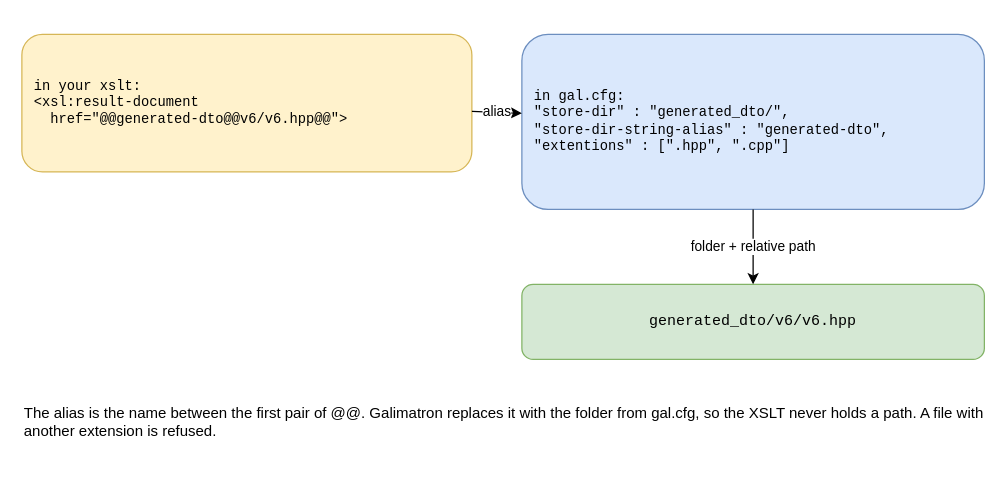
Earlier version of the draw.io diagram drawio/18_alias.drawio (goloveshin/galimatron_doc). Source tidied: cells renumbered, new cells numbered last; positions are measured from the earlier drawing's top-left corner, leaving out a move shared by most shapes. Both pictures are drawn from the tidied source at 125%, with x=0, y=0 at pixel (21, 34).
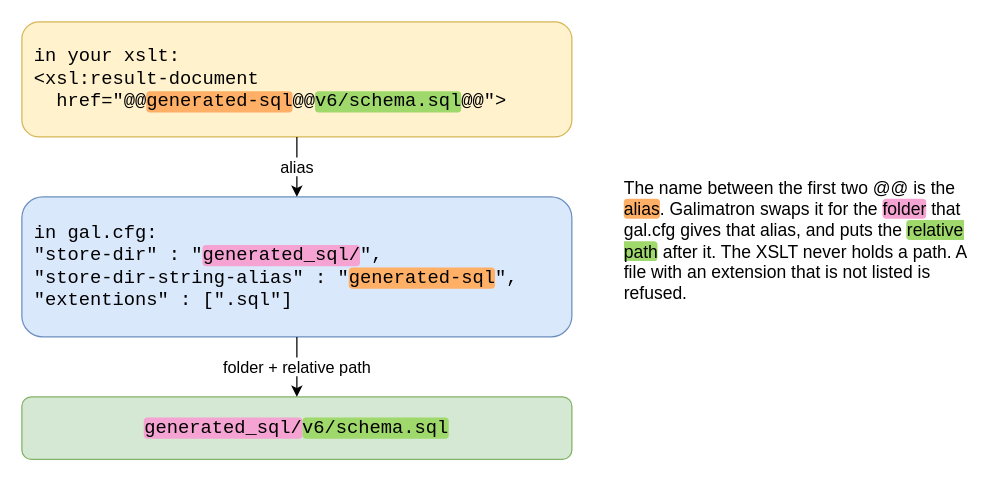
The same page after the edit.

What changed in the source:
```diff
@@
 <mxGraphModel>
   <root>
     <mxCell id="0" />
     <mxCell id="1" parent="0" />
-    <mxCell id="2" value="in your xslt:&lt;br&gt;&amp;lt;xsl:result-document&lt;br&gt;&amp;nbsp;&amp;nbsp;href=&quot;@@generated-dto@@v6/v6.hpp@@&quot;&amp;gt;" style="rounded=1;whiteSpace=wrap;html=1;fillColor=#fff2cc;strokeColor=#d6b656;fontFamily=Courier New;fontSize=11;align=left;spacingLeft=8;spacingRight=8;" parent="1" vertex="1">
-      <mxGeometry width="360" height="110" as="geometry" />
+    <mxCell id="2" value="in your xslt:&lt;br&gt;&amp;lt;xsl:result-document&lt;br&gt;&amp;nbsp;&amp;nbsp;href=&quot;@@&lt;span style=&quot;background-color:#ffb066;border-radius:3px;&quot;&gt;generated-sql&lt;/span&gt;@@&lt;span style=&quot;background-color:#9fd96b;border-radius:3px;&quot;&gt;v6/schema.sql&lt;/span&gt;@@&quot;&amp;gt;" style="rounded=1;whiteSpace=wrap;html=1;fillColor=#fff2cc;strokeColor=#d6b656;fontFamily=Courier New;fontSize=15;align=left;spacingLeft=8;spacingRight=8;" parent="1" vertex="1">
+      <mxGeometry y="-10" width="440" height="92" as="geometry" />
     </mxCell>
-    <mxCell id="3" value="in gal.cfg:&lt;br&gt;&quot;store-dir&quot; : &quot;generated_dto/&quot;,&lt;br&gt;&quot;store-dir-string-alias&quot; : &quot;generated-dto&quot;,&lt;br&gt;&quot;extentions&quot; : [&quot;.hpp&quot;, &quot;.cpp&quot;]" style="rounded=1;whiteSpace=wrap;html=1;fillColor=#dae8fc;strokeColor=#6c8ebf;fontFamily=Courier New;fontSize=11;align=left;spacingLeft=8;spacingRight=8;" parent="1" vertex="1">
-      <mxGeometry x="400" width="370" height="140" as="geometry" />
+    <mxCell id="3" value="in gal.cfg:&lt;br&gt;&quot;store-dir&quot; : &quot;&lt;span style=&quot;background-color:#f5a3d2;border-radius:3px;&quot;&gt;generated_sql/&lt;/span&gt;&quot;,&lt;br&gt;&quot;store-dir-string-alias&quot; : &quot;&lt;span style=&quot;background-color:#ffb066;border-radius:3px;&quot;&gt;generated-sql&lt;/span&gt;&quot;,&lt;br&gt;&quot;extentions&quot; : [&quot;.sql&quot;]" style="rounded=1;whiteSpace=wrap;html=1;fillColor=#dae8fc;strokeColor=#6c8ebf;fontFamily=Courier New;fontSize=15;align=left;spacingLeft=8;spacingRight=8;" parent="1" vertex="1">
+      <mxGeometry y="130" width="440" height="112" as="geometry" />
     </mxCell>
-    <mxCell id="4" value="generated_dto/v6/v6.hpp" style="rounded=1;whiteSpace=wrap;html=1;fillColor=#d5e8d4;strokeColor=#82b366;fontFamily=Courier New;" parent="1" vertex="1">
-      <mxGeometry x="400" y="200" width="370" height="60" as="geometry" />
+    <mxCell id="4" value="&lt;span style=&quot;background-color:#f5a3d2;border-radius:3px;&quot;&gt;generated_sql/&lt;/span&gt;&lt;span style=&quot;background-color:#9fd96b;border-radius:3px;&quot;&gt;v6/schema.sql&lt;/span&gt;" style="rounded=1;whiteSpace=wrap;html=1;fillColor=#d5e8d4;strokeColor=#82b366;fontFamily=Courier New;fontSize=15;" parent="1" vertex="1">
+      <mxGeometry y="290" width="440" height="50" as="geometry" />
     </mxCell>
-    <mxCell id="5" value="alias" style="endArrow=classic;html=1;labelBackgroundColor=#ffffff;edgeStyle=none;" parent="1" edge="1" source="2" target="3">
+    <mxCell id="5" value="alias" style="endArrow=classic;html=1;labelBackgroundColor=#ffffff;edgeStyle=none;fontSize=13;" parent="1" edge="1" source="2" target="3">
       <mxGeometry relative="1" as="geometry" />
     </mxCell>
-    <mxCell id="6" value="folder + relative path" style="endArrow=classic;html=1;labelBackgroundColor=#ffffff;edgeStyle=none;" parent="1" edge="1" source="3" target="4">
+    <mxCell id="6" value="folder + relative path" style="endArrow=classic;html=1;labelBackgroundColor=#ffffff;edgeStyle=none;fontSize=13;" parent="1" edge="1" source="3" target="4">
       <mxGeometry relative="1" as="geometry" />
     </mxCell>
-    <mxCell id="7" value="The alias is the name between the first pair of @@. Galimatron replaces it with the folder from gal.cfg, so the XSLT never holds a path. A file with another extension is refused." style="text;html=1;whiteSpace=wrap;verticalAlign=middle;align=left;" parent="1" vertex="1">
-      <mxGeometry y="280" width="770" height="60" as="geometry" />
+    <mxCell id="7" value="The name between the first two @@ is the &lt;span style=&quot;background-color:#ffb066;border-radius:3px;&quot;&gt;alias&lt;/span&gt;. Galimatron swaps it for the &lt;span style=&quot;background-color:#f5a3d2;border-radius:3px;&quot;&gt;folder&lt;/span&gt; that gal.cfg gives that alias, and puts the &lt;span style=&quot;background-color:#9fd96b;border-radius:3px;&quot;&gt;relative path&lt;/span&gt; after it. The XSLT never holds a path. A file with an extension that is not listed is refused." style="text;html=1;whiteSpace=wrap;verticalAlign=middle;align=left;fontSize=14;" parent="1" vertex="1">
+      <mxGeometry x="480" y="-10" width="290" height="350" as="geometry" />
     </mxCell>
   </root>
 </mxGraphModel>
```
